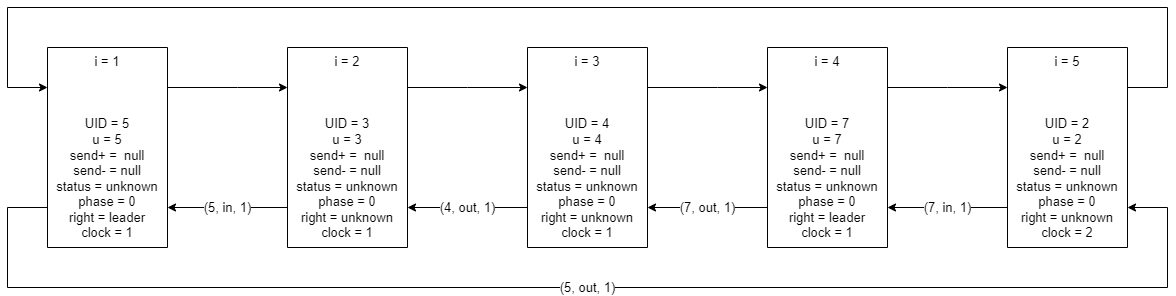
Above: tods/02-tods.drawio.png in h1tlan/tods_first_exercise (draw.io), before the change. Source tidied: cells renumbered, new cells last; positions are measured from the earlier drawing's top-left corner, leaving out a move shared by most shapes.
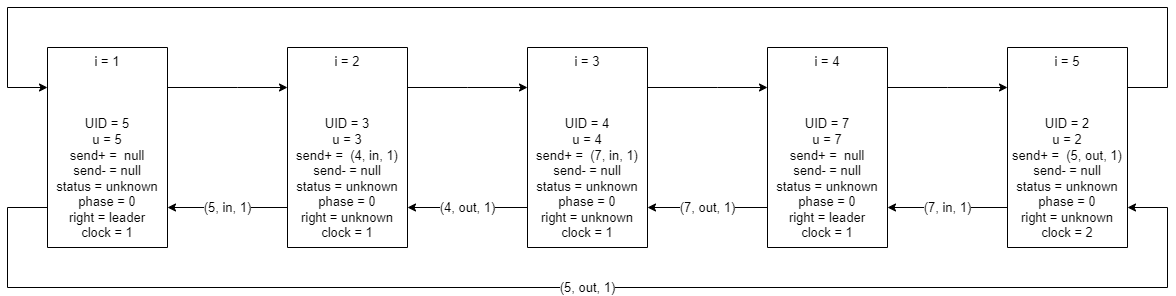
The same diagram one commit later.

The edit, as a diff of the source:
```diff
@@ -39,7 +39,7 @@
         </Array>
       </mxGeometry>
     </mxCell>
-    <mxCell id="7" value="i = 2&lt;br&gt;&lt;br&gt;&lt;br&gt;&lt;br&gt;UID = 3&lt;br&gt;u = 3&lt;br&gt;send+ =&amp;nbsp; null&lt;br&gt;send- = null&lt;br&gt;status = unknown&lt;br&gt;phase = 0&lt;br&gt;right = unknown&lt;br&gt;clock = 1" style="rounded=0;whiteSpace=wrap;html=1;fontSize=13;direction=south;" parent="1" vertex="1">
+    <mxCell id="7" value="i = 2&lt;br&gt;&lt;br&gt;&lt;br&gt;&lt;br&gt;UID = 3&lt;br&gt;u = 3&lt;br&gt;send+ =&amp;nbsp; (4, in, 1)&lt;br&gt;send- = null&lt;br&gt;status = unknown&lt;br&gt;phase = 0&lt;br&gt;right = unknown&lt;br&gt;clock = 1" style="rounded=0;whiteSpace=wrap;html=1;fontSize=13;direction=south;" parent="1" vertex="1">
       <mxGeometry x="280" y="40" width="120" height="200" as="geometry" />
     </mxCell>
     <mxCell id="8" value="(4, out, 1)" style="edgeStyle=orthogonalEdgeStyle;rounded=0;jettySize=auto;html=1;labelBorderColor=none;fontSize=13;" parent="1" edge="1" source="10" target="7">
@@ -58,7 +58,7 @@
         </Array>
       </mxGeometry>
     </mxCell>
-    <mxCell id="10" value="i = 3&lt;br&gt;&lt;br&gt;&lt;br&gt;&lt;br&gt;UID = 4&lt;br&gt;u = 4&lt;br&gt;send+ =&amp;nbsp; null&lt;br&gt;send- = null&lt;br&gt;status = unknown&lt;br&gt;phase = 0&lt;br&gt;right = unknown&lt;br&gt;clock = 1" style="rounded=0;whiteSpace=wrap;html=1;fontSize=13;direction=south;" parent="1" vertex="1">
+    <mxCell id="10" value="i = 3&lt;br&gt;&lt;br&gt;&lt;br&gt;&lt;br&gt;UID = 4&lt;br&gt;u = 4&lt;br&gt;send+ =&amp;nbsp; (7, in, 1)&lt;br&gt;send- = null&lt;br&gt;status = unknown&lt;br&gt;phase = 0&lt;br&gt;right = unknown&lt;br&gt;clock = 1" style="rounded=0;whiteSpace=wrap;html=1;fontSize=13;direction=south;" parent="1" vertex="1">
       <mxGeometry x="520" y="40" width="120" height="200" as="geometry" />
     </mxCell>
     <mxCell id="11" value="(7, out, 1)" style="edgeStyle=orthogonalEdgeStyle;rounded=0;jettySize=auto;html=1;labelBorderColor=none;fontSize=13;" parent="1" edge="1" source="13" target="10">
@@ -98,7 +98,7 @@
         </Array>
       </mxGeometry>
     </mxCell>
-    <mxCell id="16" value="i = 5&lt;br&gt;&lt;br&gt;&lt;br&gt;&lt;br&gt;UID = 2&lt;br&gt;u = 2&lt;br&gt;send+ =&amp;nbsp; null&lt;br&gt;send- = null&lt;br&gt;status = unknown&lt;br&gt;phase = 0&lt;br&gt;right = unknown&lt;br&gt;clock = 2" style="rounded=0;whiteSpace=wrap;html=1;fontSize=13;direction=south;" parent="1" vertex="1">
+    <mxCell id="16" value="i = 5&lt;br&gt;&lt;br&gt;&lt;br&gt;&lt;br&gt;UID = 2&lt;br&gt;u = 2&lt;br&gt;send+ =&amp;nbsp; (5, out, 1)&lt;br&gt;send- = null&lt;br&gt;status = unknown&lt;br&gt;phase = 0&lt;br&gt;right = unknown&lt;br&gt;clock = 2" style="rounded=0;whiteSpace=wrap;html=1;fontSize=13;direction=south;" parent="1" vertex="1">
       <mxGeometry x="1000" y="40" width="120" height="200" as="geometry" />
     </mxCell>
   </root>
```
